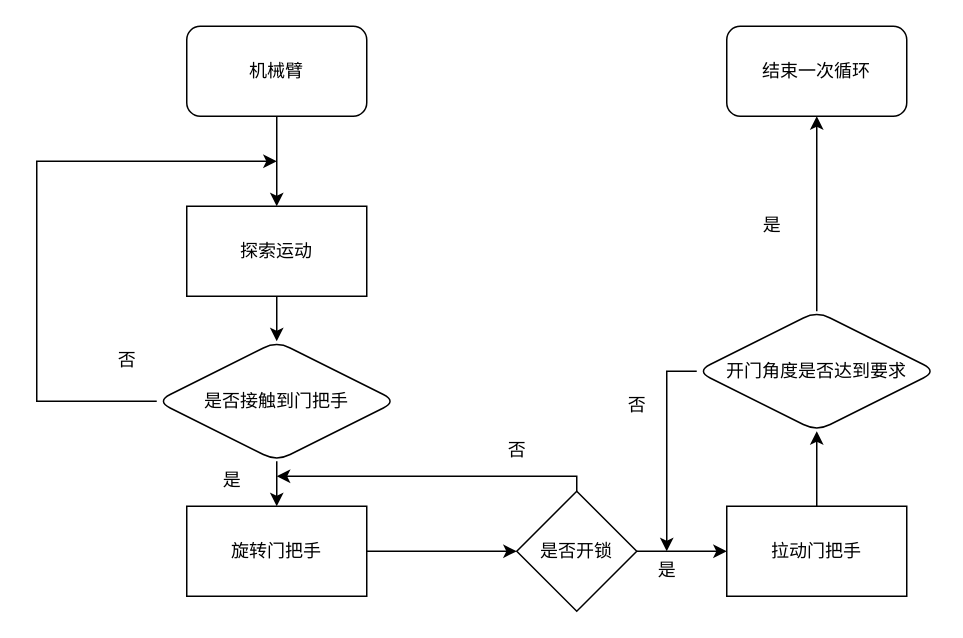
Before: 未命名绘图.drawio in li-rh/diagrams.net, a draw.io diagram. Source tidied: cells renumbered, new cells numbered last; positions are measured from the earlier drawing's top-left corner, leaving out a move shared by most shapes. Both pictures are drawn from the tidied source at 150%, with x=0, y=0 at pixel (36, 26).
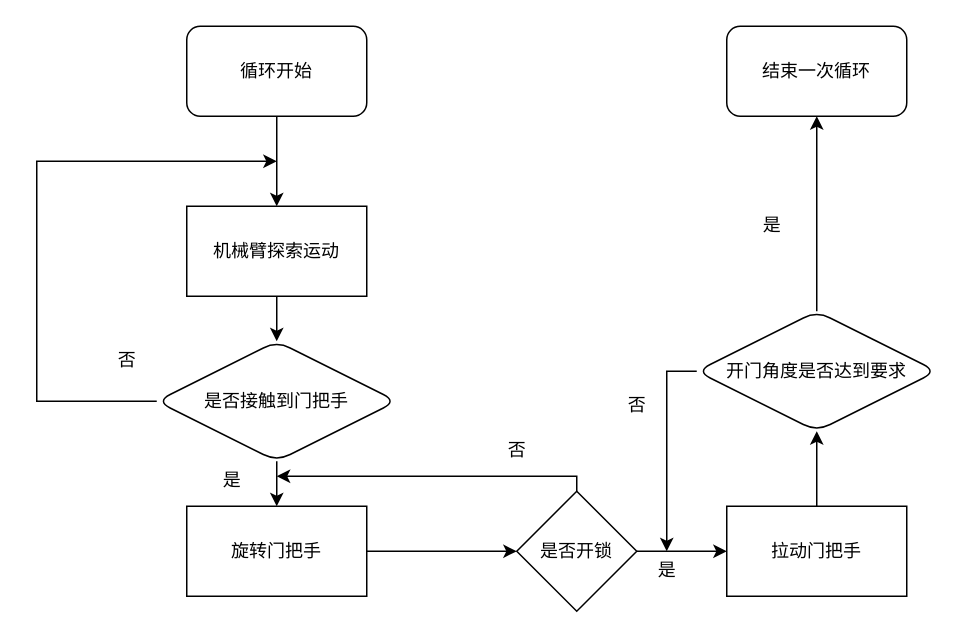
Above is the later version.

Commit message:
机械臂开门环境训练流程

Diff of the diagram source:
```diff
@@
-    <mxCell id="3" value="机械臂" style="rounded=1;whiteSpace=wrap;html=1;" parent="1" vertex="1">
+    <mxCell id="3" value="循环开始" style="rounded=1;whiteSpace=wrap;html=1;" parent="1" vertex="1">
       <mxGeometry x="100" width="120" height="60" as="geometry" />
     </mxCell>
@@
-    <mxCell id="8" value="探索运动" style="rounded=0;whiteSpace=wrap;html=1;" parent="1" vertex="1">
+    <mxCell id="8" value="机械臂探索运动" style="rounded=0;whiteSpace=wrap;html=1;" parent="1" vertex="1">
       <mxGeometry x="100" y="120" width="120" height="60" as="geometry" />
     </mxCell>
```
